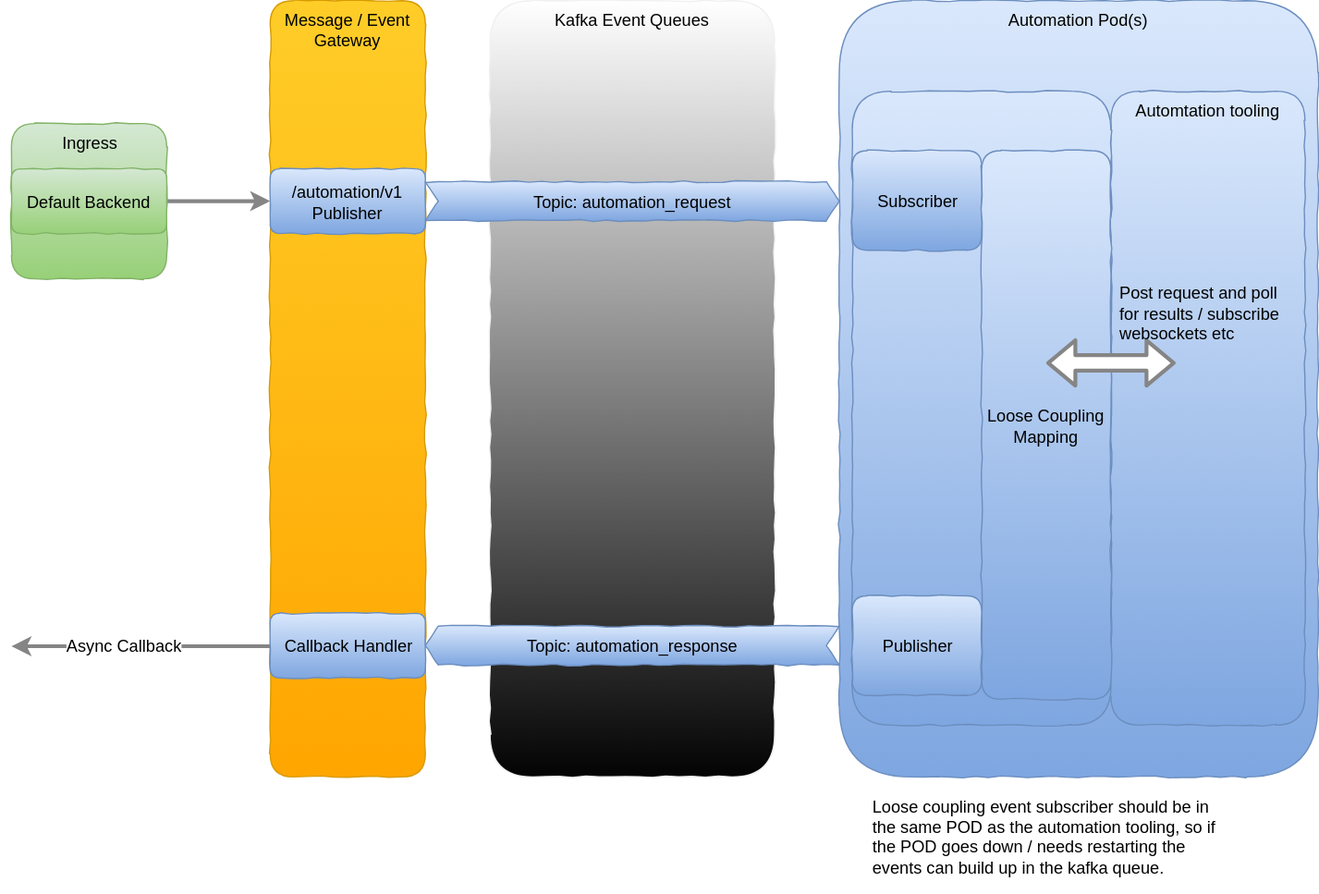
This is docs/event_arch_loose_coupling.svg from goethite/lucygw, a draw.io export, as it was before one commit. Source tidied: cells renumbered, new cells last; positions are measured from the earlier drawing's top-left corner, leaving out a move shared by most shapes. Source of this version:
```xml
<mxGraphModel background="#ffffff">
  <root>
    <mxCell id="0" />
    <mxCell id="1" parent="0" />
    <mxCell id="2" value="Message / Event Gateway" style="rounded=1;whiteSpace=wrap;html=1;comic=1;fillColor=#ffcd28;gradientColor=#ffa500;fontSize=13;fontColor=#000000;align=center;verticalAlign=top;strokeColor=#d79b00;" parent="1" vertex="1">
      <mxGeometry x="200" width="120" height="600" as="geometry" />
    </mxCell>
    <mxCell id="3" style="edgeStyle=none;rounded=0;html=1;jettySize=auto;strokeColor=#858585;strokeWidth=3;fontSize=13;fontColor=#000000;" parent="1" edge="1" source="18" target="5">
      <mxGeometry relative="1" as="geometry" />
    </mxCell>
    <mxCell id="4" value="Kafka Event Queues" style="rounded=1;whiteSpace=wrap;html=1;comic=1;fillColor=#FFFFFF;gradientColor=#030303;fontSize=13;fontColor=#000000;align=center;verticalAlign=top;" parent="1" vertex="1">
      <mxGeometry x="370" width="220" height="600" as="geometry" />
    </mxCell>
    <mxCell id="5" value="/automation/v1&lt;br&gt;Publisher&lt;br&gt;" style="rounded=1;whiteSpace=wrap;html=1;comic=1;fillColor=#dae8fc;gradientColor=#7ea6e0;fontSize=13;fontColor=#000000;align=center;strokeColor=#6c8ebf;" parent="1" vertex="1">
      <mxGeometry x="200" y="130" width="120" height="50" as="geometry" />
    </mxCell>
    <mxCell id="6" value="Topic: automation_request" style="html=1;shadow=0;dashed=0;align=center;verticalAlign=middle;shape=mxgraph.arrows2.arrow;dy=0;dx=10;notch=10;comic=1;fillColor=#dae8fc;gradientColor=#7ea6e0;fontSize=13;fontColor=#000000;strokeColor=#6c8ebf;" parent="1" vertex="1">
      <mxGeometry x="320" y="140" width="320" height="30" as="geometry" />
    </mxCell>
    <mxCell id="7" value="Automation Pod(s)" style="rounded=1;whiteSpace=wrap;html=1;comic=1;fillColor=#dae8fc;gradientColor=#7ea6e0;fontSize=13;fontColor=#000000;align=center;verticalAlign=top;strokeColor=#6c8ebf;" parent="1" vertex="1">
      <mxGeometry x="640" width="370" height="600" as="geometry" />
    </mxCell>
    <mxCell id="8" value="Automtation tooling" style="rounded=1;whiteSpace=wrap;html=1;comic=1;fillColor=#dae8fc;gradientColor=#7ea6e0;fontSize=13;fontColor=#000000;align=center;verticalAlign=top;strokeColor=#6c8ebf;" parent="1" vertex="1">
      <mxGeometry x="850" y="70" width="150" height="490" as="geometry" />
    </mxCell>
    <mxCell id="9" style="rounded=1;whiteSpace=wrap;html=1;comic=1;fillColor=#dae8fc;gradientColor=#7ea6e0;fontSize=13;fontColor=#000000;align=center;strokeColor=#6c8ebf;" parent="1" vertex="1">
      <mxGeometry x="650" y="70" width="200" height="490" as="geometry" />
    </mxCell>
    <mxCell id="10" value="Subscriber" style="rounded=1;whiteSpace=wrap;html=1;comic=1;fillColor=#dae8fc;gradientColor=#7ea6e0;fontSize=13;fontColor=#000000;align=center;strokeColor=#6c8ebf;" parent="1" vertex="1">
      <mxGeometry x="650" y="116" width="100" height="77" as="geometry" />
    </mxCell>
    <mxCell id="11" value="Loose Coupling Mapping" style="rounded=1;whiteSpace=wrap;html=1;comic=1;fillColor=#dae8fc;gradientColor=#7ea6e0;fontSize=13;fontColor=#000000;align=center;strokeColor=#6c8ebf;" parent="1" vertex="1">
      <mxGeometry x="750" y="116" width="100" height="424" as="geometry" />
    </mxCell>
    <mxCell id="12" value="Publisher" style="rounded=1;whiteSpace=wrap;html=1;comic=1;fillColor=#dae8fc;gradientColor=#7ea6e0;fontSize=13;fontColor=#000000;align=center;strokeColor=#6c8ebf;" parent="1" vertex="1">
      <mxGeometry x="650" y="460" width="100" height="77" as="geometry" />
    </mxCell>
    <mxCell id="13" value="Topic: automation_response" style="html=1;shadow=0;dashed=0;align=center;verticalAlign=middle;shape=mxgraph.arrows2.arrow;dy=0;dx=10;notch=10;comic=1;fillColor=#dae8fc;gradientColor=#7ea6e0;fontSize=13;fontColor=#000000;strokeColor=#6c8ebf;flipH=1;" parent="1" vertex="1">
      <mxGeometry x="320" y="483.5" width="320" height="30" as="geometry" />
    </mxCell>
    <mxCell id="14" style="edgeStyle=none;rounded=0;html=1;exitX=0;exitY=0.5;jettySize=auto;strokeColor=#858585;strokeWidth=3;fontSize=13;fontColor=#000000;" parent="1" edge="1" source="16">
      <mxGeometry relative="1" as="geometry">
        <mxPoint y="499" as="targetPoint" />
      </mxGeometry>
    </mxCell>
    <mxCell id="15" value="Async Callback" style="text;html=1;align=center;verticalAlign=middle;labelBackgroundColor=#ffffff;fontSize=13;fontColor=#000000;" parent="14" vertex="1">
      <mxGeometry x="0.13" y="-1" relative="1" as="geometry" />
    </mxCell>
    <mxCell id="16" value="Callback Handler&lt;br&gt;" style="rounded=1;whiteSpace=wrap;html=1;comic=1;fillColor=#dae8fc;gradientColor=#7ea6e0;fontSize=13;fontColor=#000000;align=center;strokeColor=#6c8ebf;" parent="1" vertex="1">
      <mxGeometry x="200" y="473.5" width="120" height="50" as="geometry" />
    </mxCell>
    <mxCell id="17" value="Ingress" style="rounded=1;whiteSpace=wrap;html=1;comic=1;fillColor=#d5e8d4;gradientColor=#97d077;fontSize=13;fontColor=#000000;align=center;verticalAlign=top;strokeColor=#82b366;" parent="1" vertex="1">
      <mxGeometry y="95" width="120" height="120" as="geometry" />
    </mxCell>
    <mxCell id="18" value="Default Backend" style="rounded=1;whiteSpace=wrap;html=1;comic=1;fillColor=#d5e8d4;gradientColor=#97d077;fontSize=13;fontColor=#000000;align=center;strokeColor=#82b366;" parent="1" vertex="1">
      <mxGeometry y="130" width="120" height="50" as="geometry" />
    </mxCell>
    <mxCell id="19" style="shape=flexArrow;endArrow=classic;startArrow=classic;html=1;fillColor=#ffffff;strokeColor=#858585;strokeWidth=3;fontSize=13;fontColor=#000000;" parent="1" edge="1">
      <mxGeometry relative="1" as="geometry">
        <mxPoint x="800" y="280" as="sourcePoint" />
        <mxPoint x="900" y="280" as="targetPoint" />
      </mxGeometry>
    </mxCell>
    <mxCell id="20" value="Post request and poll for results / subscribe websockets etc" style="text;html=1;strokeColor=none;fillColor=none;align=left;verticalAlign=middle;whiteSpace=wrap;rounded=0;comic=1;fontSize=13;fontColor=#000000;" parent="1" vertex="1">
      <mxGeometry x="855" y="210" width="140" height="60" as="geometry" />
    </mxCell>
    <mxCell id="21" value="&lt;div style=&quot;text-align: left&quot;&gt;&lt;span&gt;Loose coupling event subscriber should be in the same POD as the automation tooling, so if the POD goes down / needs restarting the events can build up in the kafka queue.&lt;/span&gt;&lt;/div&gt;" style="text;html=1;strokeColor=none;fillColor=none;align=center;verticalAlign=middle;whiteSpace=wrap;rounded=0;comic=1;fontSize=13;fontColor=#000000;" parent="1" vertex="1">
      <mxGeometry x="665" y="600" width="270" height="90" as="geometry" />
    </mxCell>
  </root>
</mxGraphModel>
```
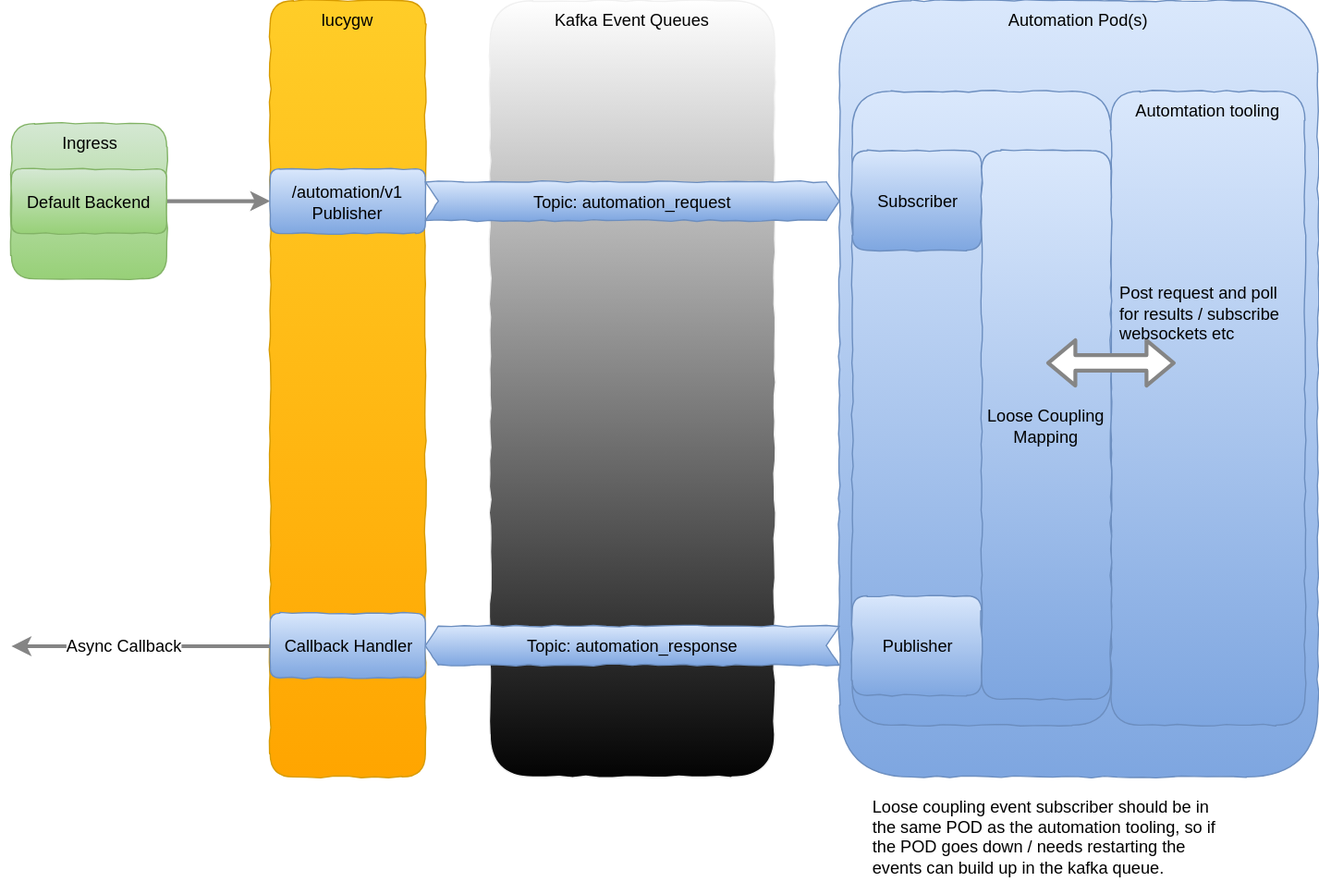
Above is the later version.

The edit, as a diff of the source:
```diff
@@ -2,7 +2,7 @@
   <root>
     <mxCell id="0" />
     <mxCell id="1" parent="0" />
-    <mxCell id="2" value="Message / Event Gateway" style="rounded=1;whiteSpace=wrap;html=1;comic=1;fillColor=#ffcd28;gradientColor=#ffa500;fontSize=13;fontColor=#000000;align=center;verticalAlign=top;strokeColor=#d79b00;" parent="1" vertex="1">
+    <mxCell id="2" value="lucygw" style="rounded=1;whiteSpace=wrap;html=1;comic=1;fillColor=#ffcd28;gradientColor=#ffa500;fontSize=13;fontColor=#000000;align=center;verticalAlign=top;strokeColor=#d79b00;" parent="1" vertex="1">
       <mxGeometry x="200" width="120" height="600" as="geometry" />
     </mxCell>
     <mxCell id="3" style="edgeStyle=none;rounded=0;html=1;jettySize=auto;strokeColor=#858585;strokeWidth=3;fontSize=13;fontColor=#000000;" parent="1" edge="1" source="18" target="5">
```
